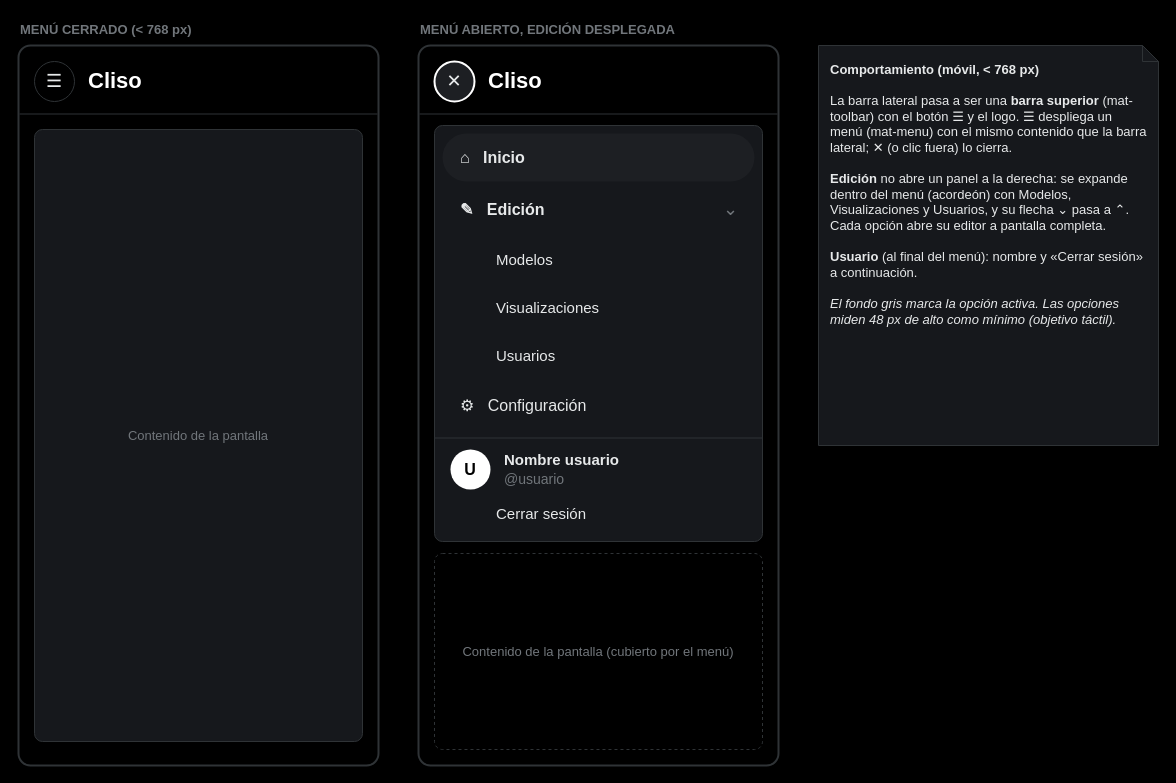
Above: page "Barra de herramientas (móvil)" (2 of 2) of Documentation/UI/[Diseño] Cliso.UI - Barra de herramientas.drawio in Aaron-B-D/Cliso (draw.io), before the change. Source tidied: cells renumbered, new cells numbered last; positions are measured from the earlier drawing's top-left corner, leaving out a move shared by most shapes. Both pictures are drawn from the tidied source at 100%, with x=0, y=0 at pixel (18, 17).
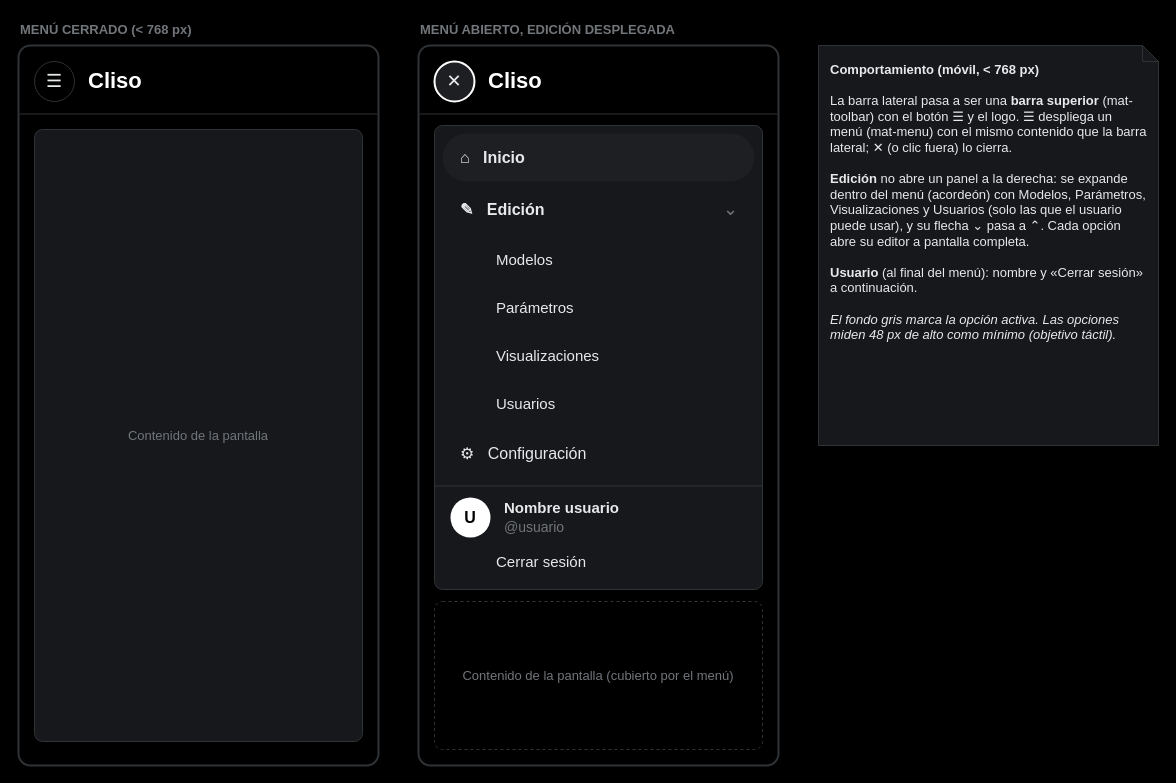
The same page after the edit.

What changed in the source:
```diff
@@
     <mxCell id="13" style="rounded=1;arcSize=16;absoluteArcSize=1;whiteSpace=wrap;html=1;fillColor=#16181C;strokeColor=#2F3336;" parent="1" vertex="1">
-      <mxGeometry x="416" y="108" width="328" height="416" as="geometry" />
+      <mxGeometry x="416" y="108" width="328" height="464" as="geometry" />
     </mxCell>
@@
+    <mxCell id="28" value="Parámetros" style="rounded=1;arcSize=50;whiteSpace=wrap;html=1;fillColor=none;strokeColor=none;align=left;spacingLeft=52;fontSize=15;fontColor=#E7E9EA;" parent="1" vertex="1">
+      <mxGeometry x="424" y="268" width="312" height="44" as="geometry" />
+    </mxCell>
     <mxCell id="18" value="Visualizaciones" style="rounded=1;arcSize=50;whiteSpace=wrap;html=1;fillColor=none;strokeColor=none;align=left;spacingLeft=52;fontSize=15;fontColor=#E7E9EA;" parent="1" vertex="1">
-      <mxGeometry x="424" y="268" width="312" height="44" as="geometry" />
+      <mxGeometry x="424" y="316" width="312" height="44" as="geometry" />
     </mxCell>
     <mxCell id="19" value="Usuarios" style="rounded=1;arcSize=50;whiteSpace=wrap;html=1;fillColor=none;strokeColor=none;align=left;spacingLeft=52;fontSize=15;fontColor=#E7E9EA;" parent="1" vertex="1">
-      <mxGeometry x="424" y="316" width="312" height="44" as="geometry" />
+      <mxGeometry x="424" y="364" width="312" height="44" as="geometry" />
     </mxCell>
     <mxCell id="20" value="⚙&amp;nbsp;&amp;nbsp;&amp;nbsp;Configuración" style="rounded=1;arcSize=50;whiteSpace=wrap;html=1;fillColor=none;strokeColor=none;align=left;spacingLeft=16;fontSize=16;fontColor=#E7E9EA;" parent="1" vertex="1">
-      <mxGeometry x="424" y="364" width="312" height="48" as="geometry" />
+      <mxGeometry x="424" y="412" width="312" height="48" as="geometry" />
     </mxCell>
     <mxCell id="21" style="rounded=0;whiteSpace=wrap;html=1;fillColor=#2F3336;strokeColor=none;" parent="1" vertex="1">
-      <mxGeometry x="416" y="420" width="328" height="1" as="geometry" />
+      <mxGeometry x="416" y="468" width="328" height="1" as="geometry" />
     </mxCell>
     <mxCell id="22" value="U" style="ellipse;whiteSpace=wrap;html=1;fillColor=#FFFFFF;strokeColor=none;fontColor=#000000;fontSize=16;fontStyle=1;" parent="1" vertex="1">
-      <mxGeometry x="432" y="432" width="40" height="40" as="geometry" />
+      <mxGeometry x="432" y="480" width="40" height="40" as="geometry" />
     </mxCell>
     <mxCell id="23" value="Nombre usuario" style="text;html=1;align=left;verticalAlign=middle;fontSize=15;fontStyle=1;fontColor=#E7E9EA;" parent="1" vertex="1">
-      <mxGeometry x="484" y="432" width="200" height="20" as="geometry" />
+      <mxGeometry x="484" y="480" width="200" height="20" as="geometry" />
     </mxCell>
     <mxCell id="24" value="@usuario" style="text;html=1;align=left;verticalAlign=middle;fontSize=14;fontColor=#71767B;" parent="1" vertex="1">
-      <mxGeometry x="484" y="452" width="200" height="20" as="geometry" />
+      <mxGeometry x="484" y="500" width="200" height="20" as="geometry" />
     </mxCell>
     <mxCell id="25" value="Cerrar sesión" style="rounded=1;arcSize=50;whiteSpace=wrap;html=1;fillColor=none;strokeColor=none;align=left;spacingLeft=52;fontSize=15;fontColor=#E7E9EA;" parent="1" vertex="1">
-      <mxGeometry x="424" y="476" width="312" height="40" as="geometry" />
+      <mxGeometry x="424" y="524" width="312" height="40" as="geometry" />
     </mxCell>
     <mxCell id="26" value="Contenido de la pantalla (cubierto por el menú)" style="rounded=1;arcSize=16;absoluteArcSize=1;whiteSpace=wrap;html=1;fillColor=#000000;strokeColor=#2F3336;dashed=1;fontSize=13;fontColor=#71767B;" parent="1" vertex="1">
-      <mxGeometry x="416" y="536" width="328" height="196" as="geometry" />
+      <mxGeometry x="416" y="584" width="328" height="148" as="geometry" />
     </mxCell>
-    <mxCell id="27" value="&lt;b&gt;Comportamiento (móvil, &amp;lt; 768 px)&lt;/b&gt;&lt;br&gt;&lt;br&gt;La barra lateral pasa a ser una &lt;b&gt;barra superior&lt;/b&gt; (mat-toolbar) con el botón ☰ y el logo. ☰ despliega un menú (mat-menu) con el mismo contenido que la barra lateral; ✕ (o clic fuera) lo cierra.&lt;br&gt;&lt;br&gt;&lt;b&gt;Edición&lt;/b&gt; no abre un panel a la derecha: se expande dentro del menú (acordeón) con Modelos, Visualizaciones y Usuarios, y su flecha ⌄ pasa a ⌃. Cada opción abre su editor a pantalla completa.&lt;br&gt;&lt;br&gt;&lt;b&gt;Usuario&lt;/b&gt; (al final del menú): nombre y «Cerrar sesión» a continuación.&lt;br&gt;&lt;br&gt;&lt;i&gt;El fondo gris marca la opción activa. Las opciones miden 48 px de alto como mínimo (objetivo táctil).&lt;/i&gt;" style="shape=note;size=16;whiteSpace=wrap;html=1;align=left;verticalAlign=top;spacing=12;fontSize=13;fillColor=#16181C;strokeColor=#2F3336;fontColor=#E7E9EA;" parent="1" vertex="1">
+    <mxCell id="27" value="&lt;b&gt;Comportamiento (móvil, &amp;lt; 768 px)&lt;/b&gt;&lt;br&gt;&lt;br&gt;La barra lateral pasa a ser una &lt;b&gt;barra superior&lt;/b&gt; (mat-toolbar) con el botón ☰ y el logo. ☰ despliega un menú (mat-menu) con el mismo contenido que la barra lateral; ✕ (o clic fuera) lo cierra.&lt;br&gt;&lt;br&gt;&lt;b&gt;Edición&lt;/b&gt; no abre un panel a la derecha: se expande dentro del menú (acordeón) con Modelos, Parámetros, Visualizaciones y Usuarios (solo las que el usuario puede usar), y su flecha ⌄ pasa a ⌃. Cada opción abre su editor a pantalla completa.&lt;br&gt;&lt;br&gt;&lt;b&gt;Usuario&lt;/b&gt; (al final del menú): nombre y «Cerrar sesión» a continuación.&lt;br&gt;&lt;br&gt;&lt;i&gt;El fondo gris marca la opción activa. Las opciones miden 48 px de alto como mínimo (objetivo táctil).&lt;/i&gt;" style="shape=note;size=16;whiteSpace=wrap;html=1;align=left;verticalAlign=top;spacing=12;fontSize=13;fillColor=#16181C;strokeColor=#2F3336;fontColor=#E7E9EA;" parent="1" vertex="1">
       <mxGeometry x="800" y="28" width="340" height="400" as="geometry" />
     </mxCell>
```
